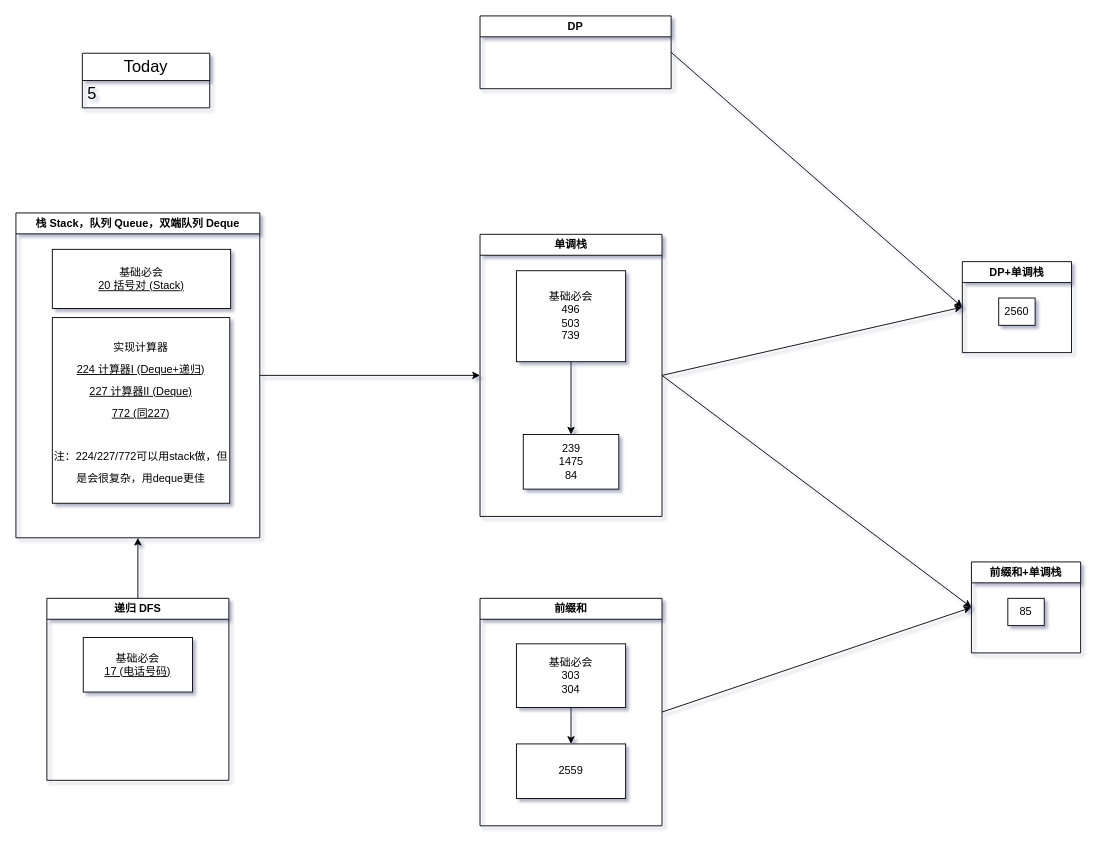
Above: drawio/map.drawio in jssonx/algo-playground (draw.io), before the change. Source tidied: cells renumbered, new cells numbered last; positions are measured from the earlier drawing's top-left corner, leaving out a move shared by most shapes. Both pictures are drawn from the tidied source at 91%, with x=0, y=0 at pixel (15, 15).
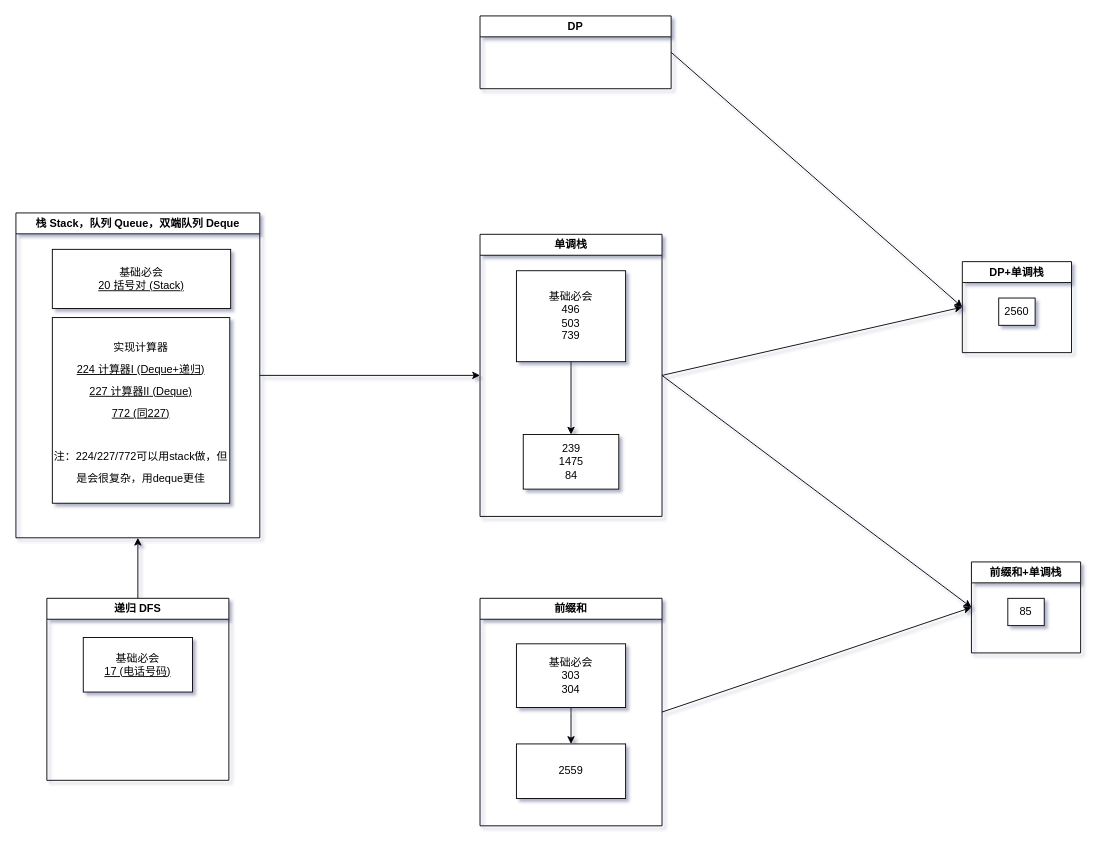
Above is the later version.

The edit, as a diff of the source:
```diff
@@
-    <mxCell id="26" value="Today" style="swimlane;fontStyle=0;horizontal=1;startSize=30;whiteSpace=wrap;html=1;fontFamily=Helvetica;fontSize=18;" parent="1" vertex="1">
-      <mxGeometry x="73" y="41" width="140" height="60" as="geometry" />
-    </mxCell>
-    <mxCell id="27" value="5" style="text;strokeColor=none;fillColor=none;align=left;verticalAlign=middle;spacingLeft=4;spacingRight=4;overflow=hidden;whiteSpace=wrap;html=1;fontFamily=Helvetica;fontSize=18;" parent="26" vertex="1">
-      <mxGeometry y="30" width="140" height="30" as="geometry" />
-    </mxCell>
```
